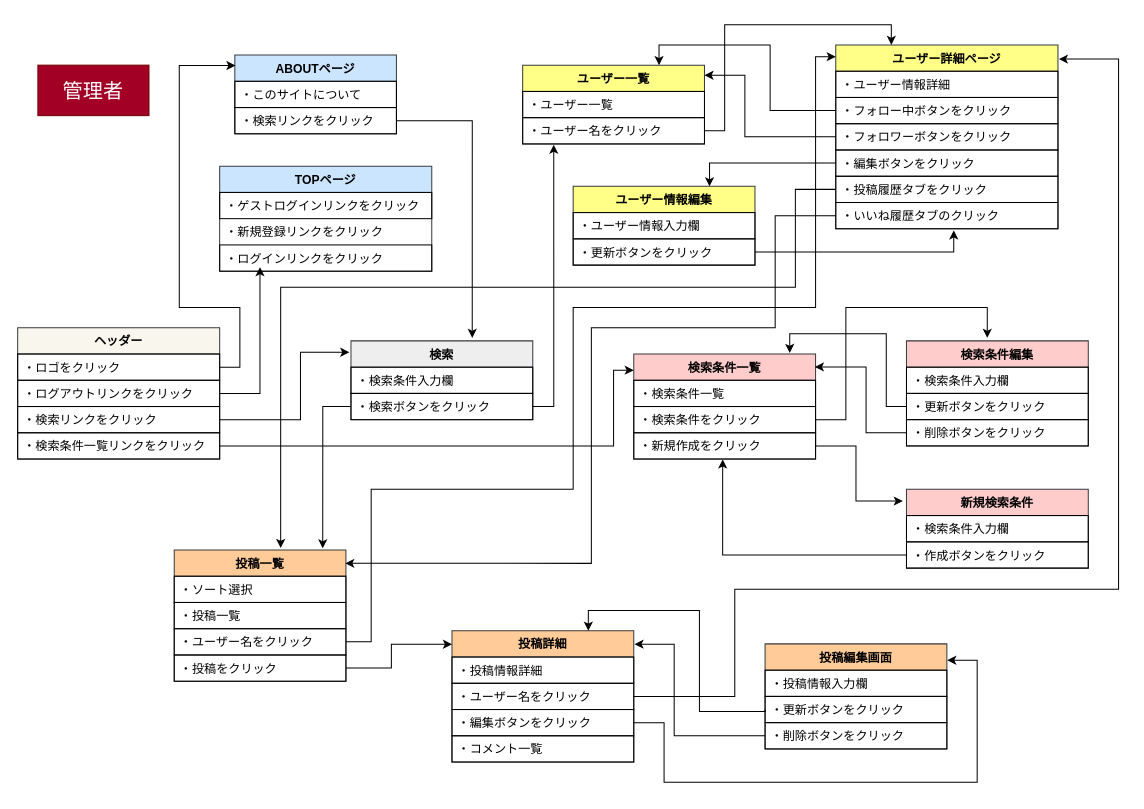
The draw.io diagram page "admin" (2 of 2) of ui_flows.drawio in JunkiYuasa/trip_planning, before the edit. Source tidied: cells renumbered, new cells numbered last; positions are measured from the earlier drawing's top-left corner, leaving out a move shared by most shapes. Both pictures are drawn from the tidied source at 101%, with x=0, y=0 at pixel (17, 24).
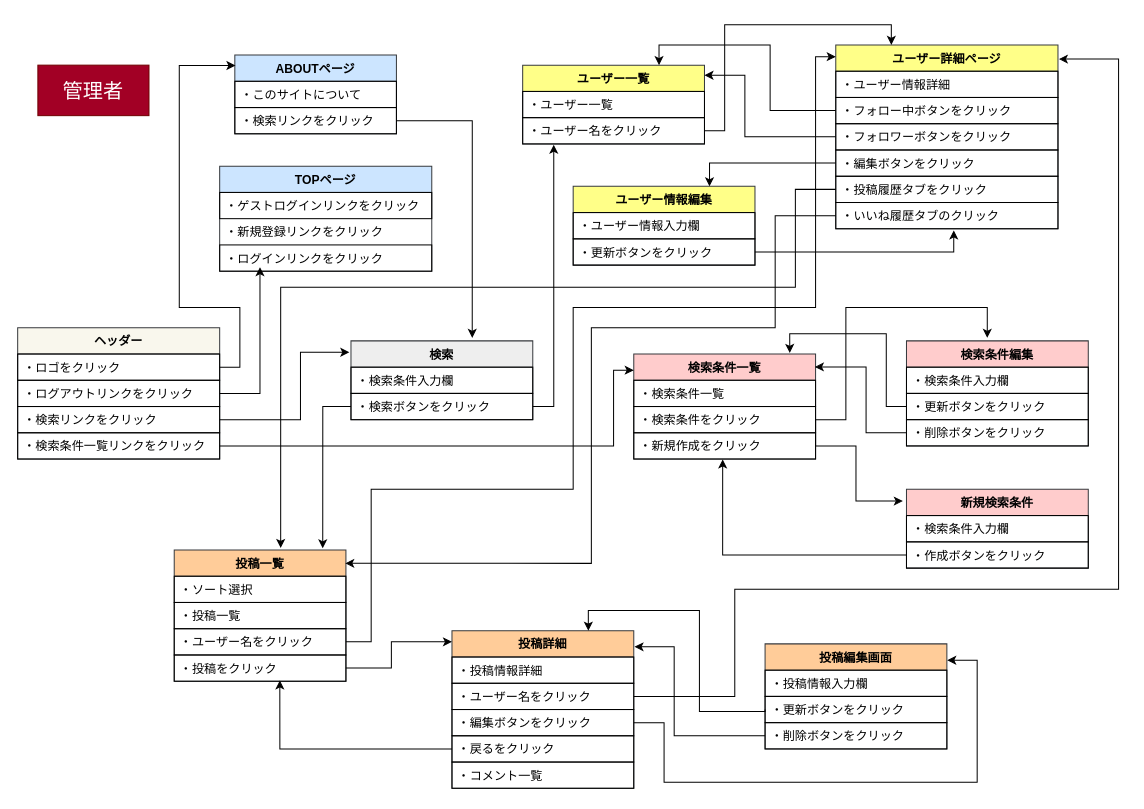
After the change.

Unchanged cells that the change refers to:
```xml
<mxCell id="15" value="・投稿をクリック" style="text;strokeColor=default;fillColor=none;align=left;verticalAlign=top;spacingLeft=4;spacingRight=4;overflow=hidden;points=[[0,0.5],[1,0.5]];portConstraint=eastwest;whiteSpace=wrap;html=1;fontFamily=Helvetica;fontSize=12;fontColor=default;" parent="11" vertex="1">
  <mxGeometry y="104" width="170" height="26" as="geometry" />
</mxCell>
<mxCell id="66" value="・削除ボタンをクリック" style="text;strokeColor=default;fillColor=none;align=left;verticalAlign=top;spacingLeft=4;spacingRight=4;overflow=hidden;points=[[0,0.5],[1,0.5]];portConstraint=eastwest;whiteSpace=wrap;html=1;fontFamily=Helvetica;fontSize=12;fontColor=default;" parent="63" vertex="1">
  <mxGeometry y="78" width="180" height="26" as="geometry" />
</mxCell>
```

Diff of the diagram source:
```diff
@@
     <mxCell id="16" value="投稿詳細" style="swimlane;fontStyle=1;align=center;verticalAlign=top;horizontal=1;startSize=26;whiteSpace=wrap;html=1;strokeColor=#36393d;spacingLeft=4;spacingRight=4;fontFamily=Helvetica;fontSize=12;fillColor=#ffcc99;" parent="1" vertex="1">
-      <mxGeometry x="430" y="600" width="180" height="130" as="geometry" />
+      <mxGeometry x="430" y="600" width="180" height="156" as="geometry" />
     </mxCell>
@@
+    <mxCell id="81" value="・戻るをクリック" style="text;strokeColor=default;fillColor=none;align=left;verticalAlign=top;spacingLeft=4;spacingRight=4;overflow=hidden;points=[[0,0.5],[1,0.5]];portConstraint=eastwest;whiteSpace=wrap;html=1;fontFamily=Helvetica;fontSize=12;fontColor=default;" parent="16" vertex="1">
+      <mxGeometry y="104" width="180" height="26" as="geometry" />
+    </mxCell>
     <mxCell id="20" value="・コメント一覧" style="text;strokeColor=default;fillColor=none;align=left;verticalAlign=top;spacingLeft=4;spacingRight=4;overflow=hidden;whiteSpace=wrap;html=1;fontFamily=Helvetica;fontSize=12;fontColor=default;" parent="16" vertex="1">
-      <mxGeometry y="104" width="180" height="26" as="geometry" />
+      <mxGeometry y="130" width="180" height="26" as="geometry" />
     </mxCell>
@@
-    <mxCell id="61" style="edgeStyle=orthogonalEdgeStyle;rounded=0;jettySize=auto;html=1;exitX=1;exitY=0.5;exitDx=0;exitDy=0;entryX=0;entryY=0.103;entryDx=0;entryDy=0;entryPerimeter=0;" parent="1" edge="1" source="15" target="16">
+    <mxCell id="61" style="edgeStyle=orthogonalEdgeStyle;rounded=0;jettySize=auto;html=1;exitX=1;exitY=0.5;exitDx=0;exitDy=0;" parent="1" edge="1" source="15">
       <mxGeometry relative="1" as="geometry">
+        <mxPoint x="430" y="611" as="targetPoint" />
         <Array as="points">
           <mxPoint x="370" y="637" />
-          <mxPoint x="370" y="613" />
+          <mxPoint x="370" y="611" />
         </Array>
       </mxGeometry>
     </mxCell>
@@
     <mxCell id="68" style="edgeStyle=orthogonalEdgeStyle;rounded=0;jettySize=auto;html=1;exitX=0;exitY=0.5;exitDx=0;exitDy=0;entryX=1.004;entryY=0.102;entryDx=0;entryDy=0;entryPerimeter=0;" parent="1" edge="1" source="66" target="16">
       <mxGeometry relative="1" as="geometry">
         <Array as="points">
           <mxPoint x="650" y="704" />
-          <mxPoint x="650" y="613" />
+          <mxPoint x="650" y="616" />
         </Array>
       </mxGeometry>
     </mxCell>
@@
+    <mxCell id="82" style="edgeStyle=orthogonalEdgeStyle;rounded=0;jettySize=auto;html=1;exitX=0;exitY=0.5;exitDx=0;exitDy=0;entryX=0.615;entryY=0.969;entryDx=0;entryDy=0;entryPerimeter=0;" parent="1" edge="1" source="81" target="15">
+      <mxGeometry relative="1" as="geometry" />
+    </mxCell>
```
